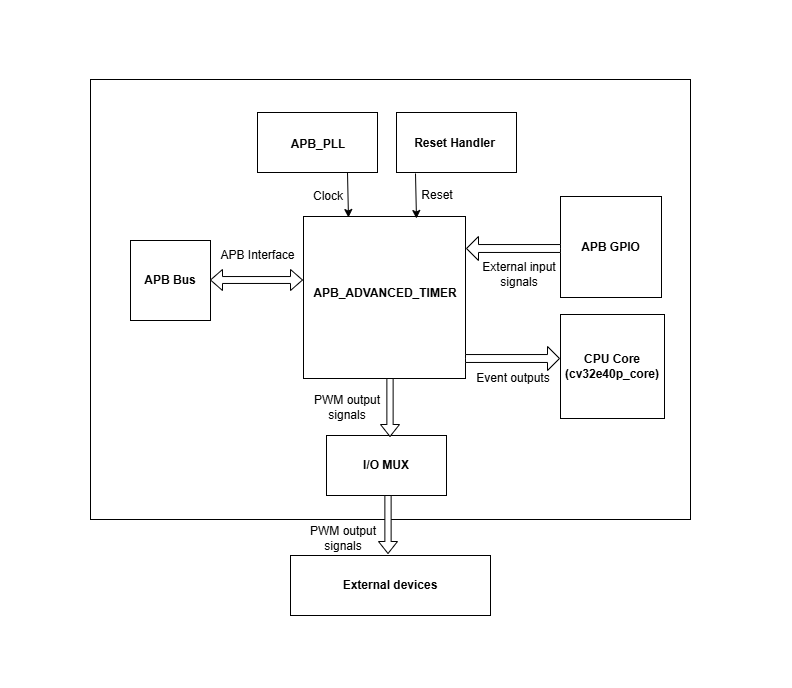
Above: docs/doc-src/ip-blocks/apb_adv_timer_soc_connections.png in cst-rameez/core-v-mcu (draw.io), before the change. Source tidied: cells renumbered, new cells last; positions are measured from the earlier drawing's top-left corner, leaving out a move shared by most shapes.
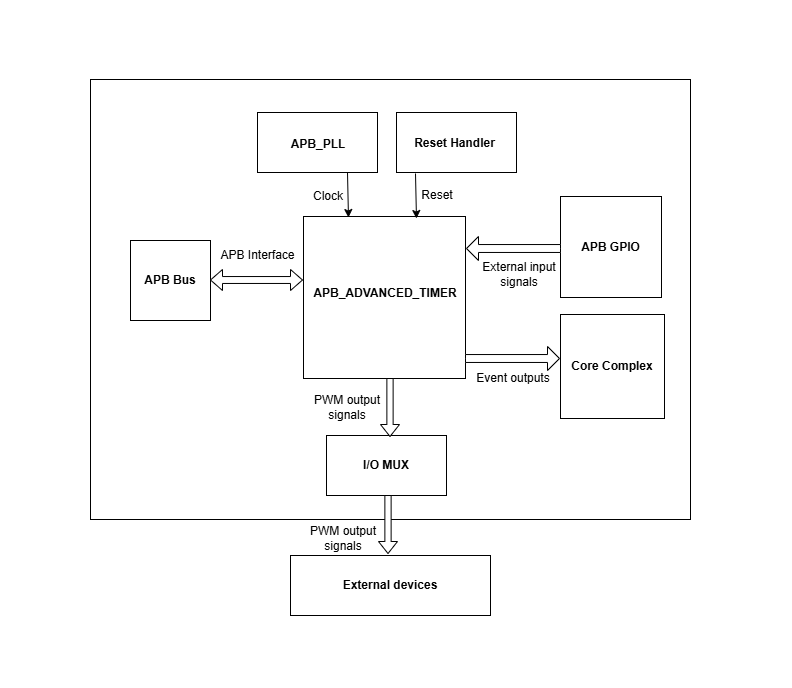
After the commit.

Commit message:
uodated as per review comments

The edit, as a diff of the source:
```diff
@@ -20,7 +20,7 @@
     <mxCell id="7" value="&lt;b&gt;APB GPIO&lt;/b&gt;" style="whiteSpace=wrap;html=1;" parent="1" vertex="1">
       <mxGeometry x="560" y="196" width="101" height="101" as="geometry" />
     </mxCell>
-    <mxCell id="8" value="&lt;b&gt;CPU Core (cv32e40p_core)&lt;/b&gt;" style="whiteSpace=wrap;html=1;" parent="1" vertex="1">
+    <mxCell id="8" value="&lt;b&gt;Core Complex&lt;/b&gt;" style="whiteSpace=wrap;html=1;" parent="1" vertex="1">
       <mxGeometry x="560" y="314" width="104" height="104" as="geometry" />
     </mxCell>
     <mxCell id="9" value="&lt;b&gt;APB_ADVANCED_TIMER&lt;/b&gt;" style="text;strokeColor=none;align=center;fillColor=none;html=1;verticalAlign=middle;whiteSpace=wrap;rounded=0;" parent="1" vertex="1">
```
